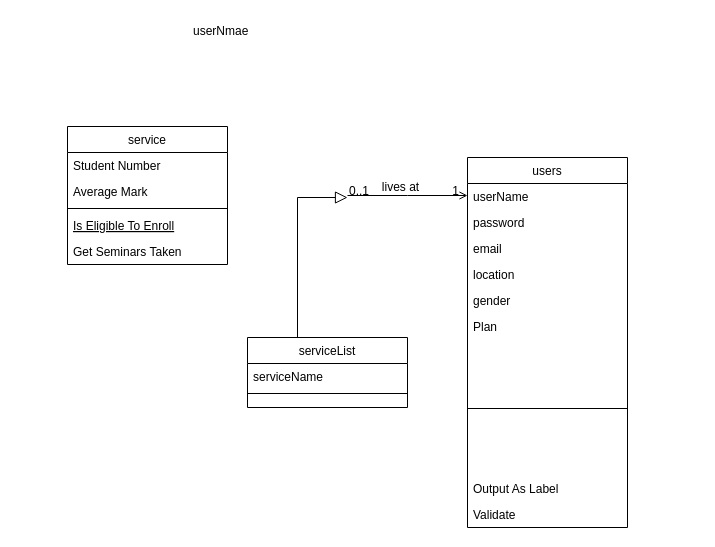
rangainlive/bike-service keeps this draw.io diagram as Untitled Diagram.drawio. Above is the earlier version. Source tidied: cells renumbered, new cells numbered last; positions are measured from the earlier drawing's top-left corner, leaving out a move shared by most shapes. Both pictures are drawn from the tidied source at 100%, with x=0, y=0 at pixel (67, 17).
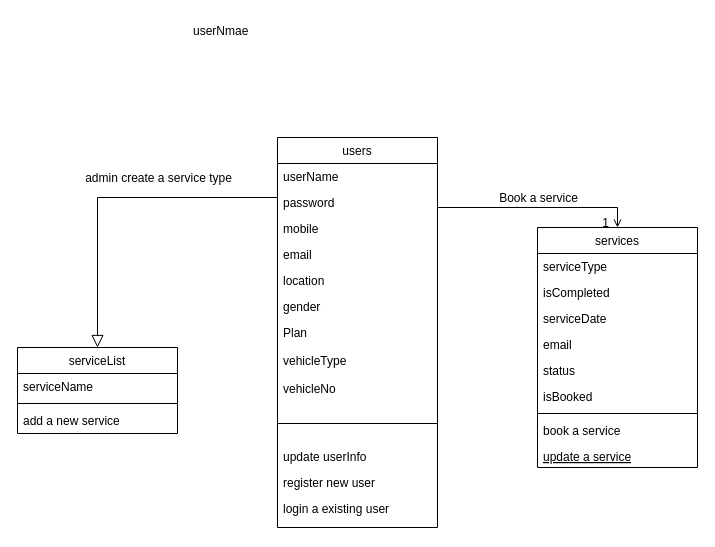
After the change.

Commit message:
update with class objects

Unchanged cells that the change refers to:
```xml
<mxCell id="13" value="userName" style="text;align=left;verticalAlign=top;spacingLeft=4;spacingRight=4;overflow=hidden;points=[[0,0.5],[1,0.5]];portConstraint=eastwest;" parent="12" vertex="1">
  <mxGeometry y="26" width="160" height="26" as="geometry" />
</mxCell>
```

Change to the diagram source:
```diff
@@
-    <mxCell id="2" value="service" style="swimlane;fontStyle=0;align=center;verticalAlign=top;horizontal=1;startSize=26;rounded=0;shadow=0;strokeWidth=1;" parent="1" vertex="1">
-      <mxGeometry y="109" width="160" height="138" as="geometry" />
+    <mxCell id="2" value="services" style="swimlane;fontStyle=0;align=center;verticalAlign=top;horizontal=1;startSize=26;rounded=0;shadow=0;strokeWidth=1;" parent="1" vertex="1">
+      <mxGeometry x="470" y="210" width="160" height="240" as="geometry" />
     </mxCell>
-    <mxCell id="3" value="Student Number" style="text;align=left;verticalAlign=top;spacingLeft=4;spacingRight=4;overflow=hidden;" parent="2" vertex="1">
-      <mxGeometry y="26" width="160" height="26" as="geometry" />
-    </mxCell>
-    <mxCell id="4" value="Average Mark" style="text;align=left;verticalAlign=top;spacingLeft=4;spacingRight=4;overflow=hidden;rounded=0;shadow=0;html=0;" parent="2" vertex="1">
-      <mxGeometry y="52" width="160" height="26" as="geometry" />
+    <mxCell id="4" value="serviceType&#10;" style="text;align=left;verticalAlign=top;spacingLeft=4;spacingRight=4;overflow=hidden;rounded=0;shadow=0;html=0;" parent="2" vertex="1">
+      <mxGeometry y="26" width="160" height="26" as="geometry" />
     </mxCell>
+    <mxCell id="27" value="isCompleted" style="text;align=left;verticalAlign=top;spacingLeft=4;spacingRight=4;overflow=hidden;rounded=0;shadow=0;html=0;" parent="2" vertex="1">
+      <mxGeometry y="52" width="160" height="26" as="geometry" />
+    </mxCell>
+    <mxCell id="28" value="serviceDate" style="text;align=left;verticalAlign=top;spacingLeft=4;spacingRight=4;overflow=hidden;rounded=0;shadow=0;html=0;" parent="2" vertex="1">
+      <mxGeometry y="78" width="160" height="26" as="geometry" />
+    </mxCell>
+    <mxCell id="29" value="email" style="text;align=left;verticalAlign=top;spacingLeft=4;spacingRight=4;overflow=hidden;rounded=0;shadow=0;html=0;" parent="2" vertex="1">
+      <mxGeometry y="104" width="160" height="26" as="geometry" />
+    </mxCell>
+    <mxCell id="30" value="status" style="text;align=left;verticalAlign=top;spacingLeft=4;spacingRight=4;overflow=hidden;rounded=0;shadow=0;html=0;" parent="2" vertex="1">
+      <mxGeometry y="130" width="160" height="26" as="geometry" />
+    </mxCell>
+    <mxCell id="31" value="isBooked" style="text;align=left;verticalAlign=top;spacingLeft=4;spacingRight=4;overflow=hidden;rounded=0;shadow=0;html=0;" parent="2" vertex="1">
+      <mxGeometry y="156" width="160" height="26" as="geometry" />
+    </mxCell>
     <mxCell id="5" style="line;html=1;strokeWidth=1;align=left;verticalAlign=middle;spacingTop=-1;spacingLeft=3;spacingRight=3;labelPosition=right;" parent="2" vertex="1">
-      <mxGeometry y="78" width="160" height="8" as="geometry" />
+      <mxGeometry y="182" width="160" height="8" as="geometry" />
     </mxCell>
+    <mxCell id="7" value="book a service" style="text;align=left;verticalAlign=top;spacingLeft=4;spacingRight=4;overflow=hidden;" parent="2" vertex="1">
+      <mxGeometry y="190" width="160" height="26" as="geometry" />
+    </mxCell>
-    <mxCell id="6" value="Is Eligible To Enroll" style="text;align=left;verticalAlign=top;spacingLeft=4;spacingRight=4;overflow=hidden;fontStyle=4;" parent="2" vertex="1">
-      <mxGeometry y="86" width="160" height="26" as="geometry" />
+    <mxCell id="6" value="update a service" style="text;align=left;verticalAlign=top;spacingLeft=4;spacingRight=4;overflow=hidden;fontStyle=4;" parent="2" vertex="1">
+      <mxGeometry y="216" width="160" height="24" as="geometry" />
     </mxCell>
-    <mxCell id="7" value="Get Seminars Taken" style="text;align=left;verticalAlign=top;spacingLeft=4;spacingRight=4;overflow=hidden;" parent="2" vertex="1">
-      <mxGeometry y="112" width="160" height="26" as="geometry" />
-    </mxCell>
     <mxCell id="8" value="serviceList" style="swimlane;fontStyle=0;align=center;verticalAlign=top;horizontal=1;startSize=26;rounded=0;shadow=0;strokeWidth=1;" parent="1" vertex="1">
-      <mxGeometry x="180" y="320" width="160" height="70" as="geometry" />
+      <mxGeometry x="-50" y="330" width="160" height="86" as="geometry" />
     </mxCell>
@@
+    <mxCell id="32" value="add a new service" style="text;align=left;verticalAlign=top;spacingLeft=4;spacingRight=4;overflow=hidden;" parent="8" vertex="1">
+      <mxGeometry y="60" width="160" height="26" as="geometry" />
+    </mxCell>
-    <mxCell id="11" style="endArrow=block;endSize=10;endFill=0;shadow=0;strokeWidth=1;rounded=0;edgeStyle=elbowEdgeStyle;elbow=vertical;" parent="1" edge="1" source="8">
+    <mxCell id="11" style="endArrow=block;endSize=10;endFill=0;shadow=0;strokeWidth=1;rounded=0;edgeStyle=elbowEdgeStyle;elbow=vertical;exitX=0;exitY=0.5;exitDx=0;exitDy=0;entryX=0.5;entryY=0;entryDx=0;entryDy=0;" parent="1" edge="1" source="33" target="8">
       <mxGeometry relative="1" as="geometry">
-        <mxPoint x="280" y="180" as="targetPoint" />
         <Array as="points">
           <mxPoint x="230" y="180" />
           <mxPoint x="250" y="280" />
           <mxPoint x="230" y="180" />
           <mxPoint x="190" y="180" />
         </Array>
       </mxGeometry>
     </mxCell>
     <mxCell id="12" value="users" style="swimlane;fontStyle=0;align=center;verticalAlign=top;horizontal=1;startSize=26;rounded=0;shadow=0;strokeWidth=1;" parent="1" vertex="1">
-      <mxGeometry x="400" y="140" width="160" height="370" as="geometry" />
+      <mxGeometry x="210" y="120" width="160" height="390" as="geometry" />
     </mxCell>
@@
+    <mxCell id="33" value="password" style="text;align=left;verticalAlign=top;spacingLeft=4;spacingRight=4;overflow=hidden;points=[[0,0.5],[1,0.5]];portConstraint=eastwest;rounded=0;shadow=0;html=0;" parent="12" vertex="1">
+      <mxGeometry y="52" width="160" height="26" as="geometry" />
+    </mxCell>
-    <mxCell id="14" value="password" style="text;align=left;verticalAlign=top;spacingLeft=4;spacingRight=4;overflow=hidden;rounded=0;shadow=0;html=0;" parent="12" vertex="1">
-      <mxGeometry y="52" width="160" height="26" as="geometry" />
+    <mxCell id="14" value="mobile" style="text;align=left;verticalAlign=top;spacingLeft=4;spacingRight=4;overflow=hidden;rounded=0;shadow=0;html=0;" parent="12" vertex="1">
+      <mxGeometry y="78" width="160" height="26" as="geometry" />
     </mxCell>
     <mxCell id="15" value="email" style="text;align=left;verticalAlign=top;spacingLeft=4;spacingRight=4;overflow=hidden;rounded=0;shadow=0;html=0;" parent="12" vertex="1">
-      <mxGeometry y="78" width="160" height="26" as="geometry" />
+      <mxGeometry y="104" width="160" height="26" as="geometry" />
     </mxCell>
     <mxCell id="16" value="location" style="text;align=left;verticalAlign=top;spacingLeft=4;spacingRight=4;overflow=hidden;rounded=0;shadow=0;html=0;" parent="12" vertex="1">
-      <mxGeometry y="104" width="160" height="26" as="geometry" />
+      <mxGeometry y="130" width="160" height="26" as="geometry" />
     </mxCell>
     <mxCell id="17" value="gender" style="text;align=left;verticalAlign=top;spacingLeft=4;spacingRight=4;overflow=hidden;rounded=0;shadow=0;html=0;" parent="12" vertex="1">
-      <mxGeometry y="130" width="160" height="26" as="geometry" />
+      <mxGeometry y="156" width="160" height="26" as="geometry" />
     </mxCell>
     <mxCell id="18" value="Plan" style="text;align=left;verticalAlign=top;spacingLeft=4;spacingRight=4;overflow=hidden;" parent="12" vertex="1">
-      <mxGeometry y="156" width="160" height="28" as="geometry" />
+      <mxGeometry y="182" width="160" height="28" as="geometry" />
     </mxCell>
+    <mxCell id="34" value="vehicleType" style="text;align=left;verticalAlign=top;spacingLeft=4;spacingRight=4;overflow=hidden;" parent="12" vertex="1">
+      <mxGeometry y="210" width="160" height="28" as="geometry" />
+    </mxCell>
+    <mxCell id="35" value="vehicleNo" style="text;align=left;verticalAlign=top;spacingLeft=4;spacingRight=4;overflow=hidden;" parent="12" vertex="1">
+      <mxGeometry y="238" width="160" height="28" as="geometry" />
+    </mxCell>
     <mxCell id="19" style="line;html=1;strokeWidth=1;align=left;verticalAlign=middle;spacingTop=-1;spacingLeft=3;spacingRight=3;labelPosition=right;" parent="12" vertex="1">
-      <mxGeometry y="184" width="160" height="134" as="geometry" />
+      <mxGeometry y="266" width="160" height="40" as="geometry" />
     </mxCell>
+    <mxCell id="36" value="update userInfo" style="text;align=left;verticalAlign=top;spacingLeft=4;spacingRight=4;overflow=hidden;" parent="12" vertex="1">
+      <mxGeometry y="306" width="160" height="26" as="geometry" />
+    </mxCell>
+    <mxCell id="21" value="register new user" style="text;align=left;verticalAlign=top;spacingLeft=4;spacingRight=4;overflow=hidden;" parent="12" vertex="1">
+      <mxGeometry y="332" width="160" height="26" as="geometry" />
+    </mxCell>
-    <mxCell id="20" value="Output As Label" style="text;align=left;verticalAlign=top;spacingLeft=4;spacingRight=4;overflow=hidden;" parent="12" vertex="1">
-      <mxGeometry y="318" width="160" height="26" as="geometry" />
+    <mxCell id="20" value="login a existing user" style="text;align=left;verticalAlign=top;spacingLeft=4;spacingRight=4;overflow=hidden;" parent="12" vertex="1">
+      <mxGeometry y="358" width="160" height="26" as="geometry" />
     </mxCell>
-    <mxCell id="21" value="Validate" style="text;align=left;verticalAlign=top;spacingLeft=4;spacingRight=4;overflow=hidden;" parent="12" vertex="1">
-      <mxGeometry y="344" width="160" height="26" as="geometry" />
-    </mxCell>
+    <mxCell id="26" value="userNmae" style="text;align=left;verticalAlign=top;spacingLeft=4;spacingRight=4;overflow=hidden;" parent="1" vertex="1">
+      <mxGeometry x="120" width="160" height="40" as="geometry" />
+    </mxCell>
-    <mxCell id="22" style="endArrow=open;shadow=0;strokeWidth=1;rounded=0;endFill=1;edgeStyle=elbowEdgeStyle;elbow=vertical;" parent="1" edge="1" target="12">
+    <mxCell id="22" style="endArrow=open;shadow=0;strokeWidth=1;rounded=0;endFill=1;edgeStyle=elbowEdgeStyle;elbow=vertical;exitX=1;exitY=0.5;exitDx=0;exitDy=0;entryX=0.5;entryY=0;entryDx=0;entryDy=0;" parent="1" edge="1" source="13" target="2">
       <mxGeometry x="0.5" y="41" relative="1" as="geometry">
-        <mxPoint x="280" y="178" as="sourcePoint" />
+        <Array as="points">
+          <mxPoint x="470" y="190" />
+          <mxPoint x="560" y="200" />
+          <mxPoint x="540" y="178" />
+        </Array>
         <mxPoint x="-40" y="32" as="offset" />
       </mxGeometry>
     </mxCell>
-    <mxCell id="23" value="0..1" style="align=left;verticalAlign=bottom;labelBackgroundColor=none;fontSize=12;" parent="22" vertex="1">
-      <mxGeometry x="-1" relative="1" as="geometry">
-        <mxPoint y="4" as="offset" />
-      </mxGeometry>
-    </mxCell>
@@
-    <mxCell id="25" value="lives at" style="text;html=1;align=center;verticalAlign=middle;labelBackgroundColor=none;rounded=0;shadow=0;strokeWidth=1;fontSize=12;" parent="22" vertex="1">
+    <mxCell id="25" value="admin create a service type" style="text;html=1;align=center;verticalAlign=middle;labelBackgroundColor=none;rounded=0;shadow=0;strokeWidth=1;fontSize=12;" parent="22" vertex="1">
       <mxGeometry x="0.5" y="49" relative="1" as="geometry">
-        <mxPoint x="-38" y="40" as="offset" />
+        <mxPoint x="-422" y="19" as="offset" />
       </mxGeometry>
     </mxCell>
-    <mxCell id="26" value="userNmae" style="text;align=left;verticalAlign=top;spacingLeft=4;spacingRight=4;overflow=hidden;" parent="1" vertex="1">
-      <mxGeometry x="120" width="160" height="40" as="geometry" />
-    </mxCell>
+    <mxCell id="37" value="Book a service" style="text;html=1;align=center;verticalAlign=middle;labelBackgroundColor=none;rounded=0;shadow=0;strokeWidth=1;fontSize=12;" parent="1" vertex="1">
+      <mxGeometry x="470" y="180" as="geometry" />
+    </mxCell>
```
